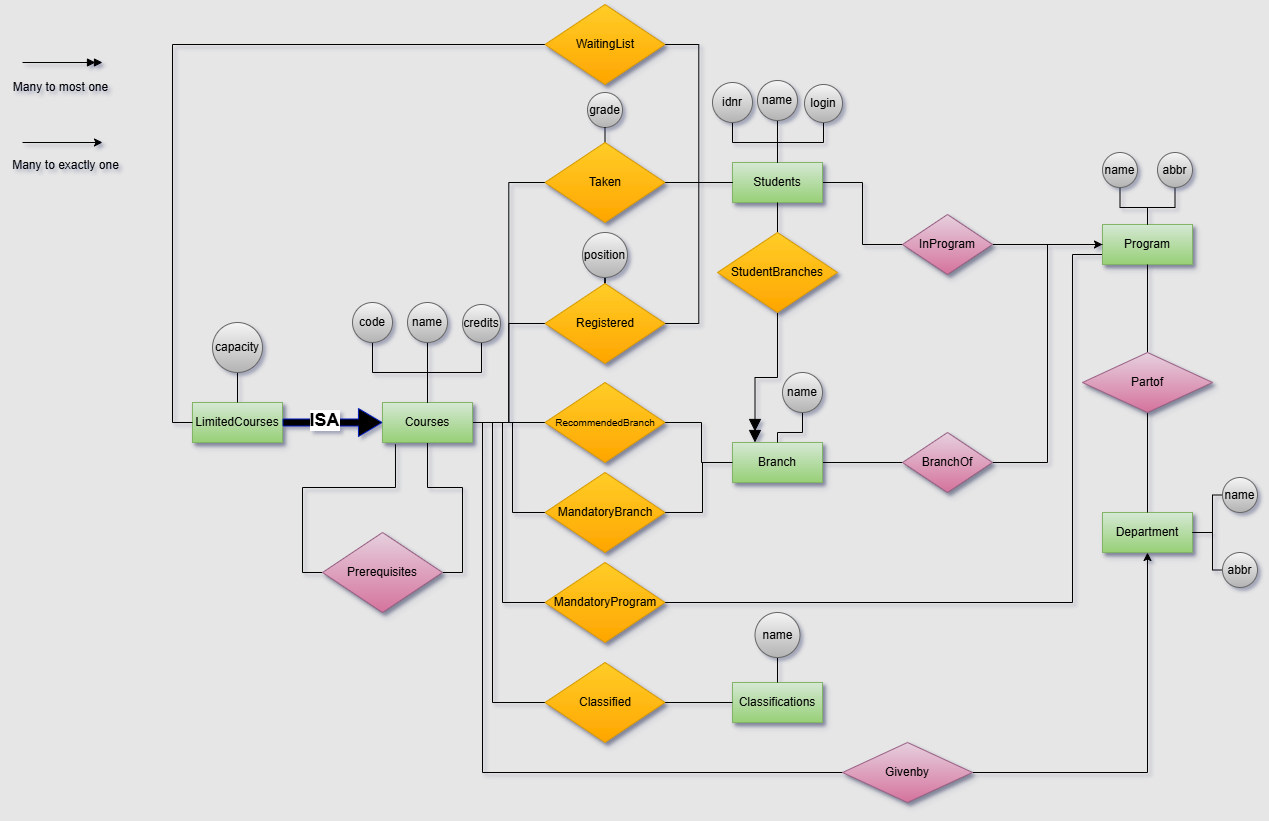
Before: Part2/ER.png, a diagram exported from draw.io (hbarrada/Databases). Source tidied: cells renumbered, new cells last; positions are measured from the earlier drawing's top-left corner, leaving out a move shared by most shapes.
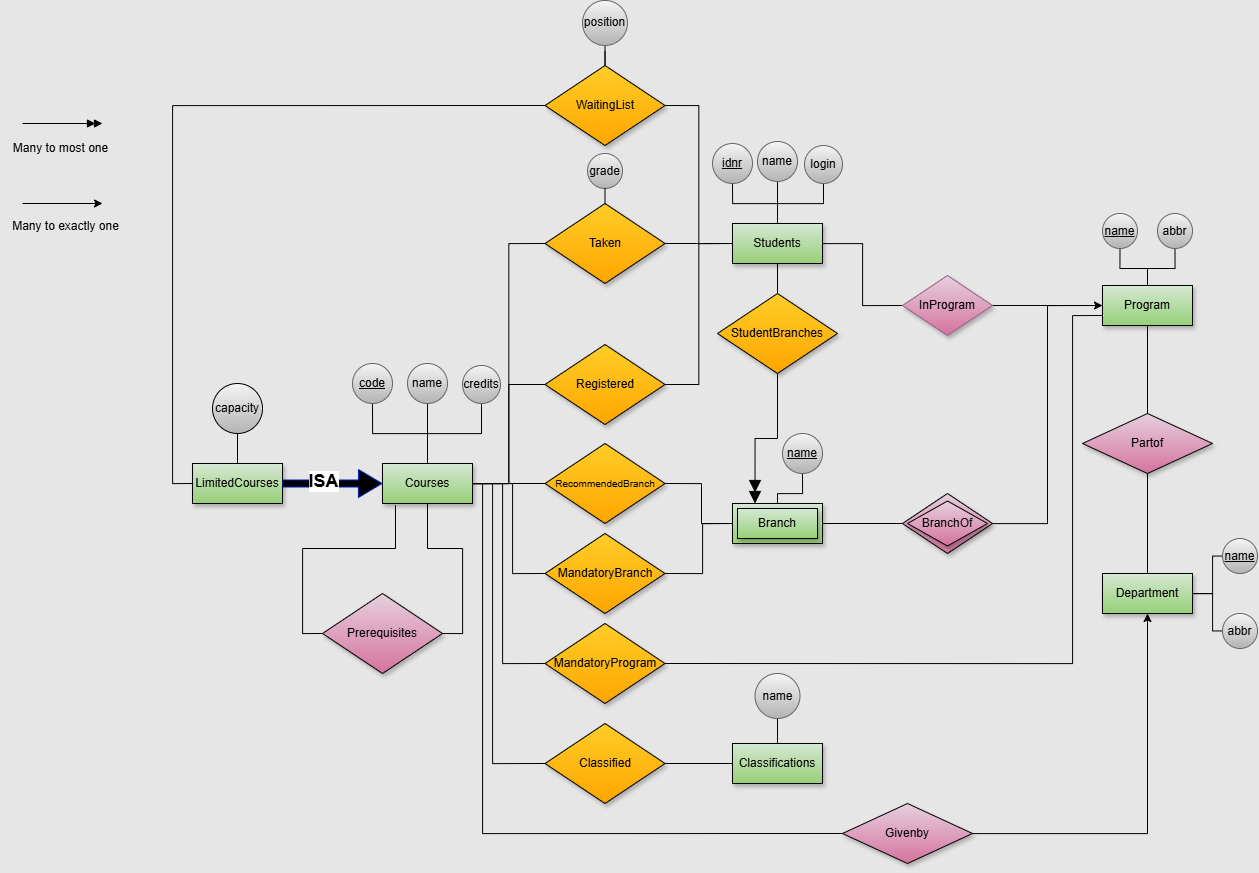
The same file after the commit.

Change to the diagram source:
```diff
@@ -2,7 +2,7 @@
   <root>
     <mxCell id="0" />
     <mxCell id="1" parent="0" />
-    <mxCell id="2" value="LimitedCourses" style="rounded=0;whiteSpace=wrap;html=1;fillColor=#d5e8d4;gradientColor=#97d077;strokeColor=#82b366;shadow=1;" parent="1" vertex="1">
+    <mxCell id="2" value="LimitedCourses" style="rounded=0;whiteSpace=wrap;html=1;fillColor=#d5e8d4;gradientColor=#97d077;strokeColor=#000000;shadow=1;" parent="1" vertex="1">
       <mxGeometry x="192" y="398" width="90" height="40" as="geometry" />
     </mxCell>
     <mxCell id="3" style="edgeStyle=orthogonalEdgeStyle;rounded=0;jettySize=auto;html=1;exitX=1;exitY=0.5;exitDx=0;exitDy=0;entryX=0;entryY=0.5;entryDx=0;entryDy=0;endArrow=none;startFill=0;" parent="1" edge="1" source="11" target="79">
@@ -49,16 +49,16 @@
     <mxCell id="10" style="edgeStyle=orthogonalEdgeStyle;rounded=0;jettySize=auto;html=1;entryX=1;entryY=0.5;entryDx=0;entryDy=0;endArrow=none;startFill=0;" parent="1" edge="1" source="11" target="75">
       <mxGeometry relative="1" as="geometry" />
     </mxCell>
-    <mxCell id="11" value="Courses" style="rounded=0;whiteSpace=wrap;html=1;fillColor=#d5e8d4;gradientColor=#97d077;strokeColor=#82b366;shadow=1;" parent="1" vertex="1">
+    <mxCell id="11" value="Courses" style="rounded=0;whiteSpace=wrap;html=1;fillColor=#d5e8d4;gradientColor=#97d077;strokeColor=#000000;shadow=1;" parent="1" vertex="1">
       <mxGeometry x="382" y="398" width="90" height="40" as="geometry" />
     </mxCell>
     <mxCell id="12" style="edgeStyle=orthogonalEdgeStyle;rounded=0;jettySize=auto;html=1;entryX=0;entryY=0.5;entryDx=0;entryDy=0;endArrow=none;startFill=0;" parent="1" edge="1" source="13" target="37">
       <mxGeometry relative="1" as="geometry" />
     </mxCell>
-    <mxCell id="13" value="Students" style="rounded=0;whiteSpace=wrap;html=1;fillColor=#d5e8d4;gradientColor=#97d077;strokeColor=#82b366;shadow=1;" parent="1" vertex="1">
+    <mxCell id="13" value="Students" style="rounded=0;whiteSpace=wrap;html=1;fillColor=#d5e8d4;gradientColor=#97d077;strokeColor=#000000;shadow=1;" parent="1" vertex="1">
       <mxGeometry x="732" y="158" width="90" height="40" as="geometry" />
     </mxCell>
-    <mxCell id="14" value="Classifications" style="rounded=0;whiteSpace=wrap;html=1;fillColor=#d5e8d4;gradientColor=#97d077;strokeColor=#82b366;shadow=1;" parent="1" vertex="1">
+    <mxCell id="14" value="Classifications" style="rounded=0;whiteSpace=wrap;html=1;fillColor=#d5e8d4;gradientColor=#97d077;strokeColor=#000000;shadow=1;" parent="1" vertex="1">
       <mxGeometry x="732" y="678" width="90" height="40" as="geometry" />
     </mxCell>
     <mxCell id="15" style="edgeStyle=orthogonalEdgeStyle;rounded=0;jettySize=auto;html=1;entryX=0;entryY=0.5;entryDx=0;entryDy=0;endArrow=none;startFill=0;exitX=1;exitY=0.5;exitDx=0;exitDy=0;" parent="1" edge="1" source="80" target="21">
@@ -89,7 +89,7 @@
     <mxCell id="20" style="edgeStyle=orthogonalEdgeStyle;rounded=0;jettySize=auto;html=1;entryX=0;entryY=0.5;entryDx=0;entryDy=0;endArrow=none;startFill=0;" parent="1" edge="1" source="21" target="32">
       <mxGeometry relative="1" as="geometry" />
     </mxCell>
-    <mxCell id="21" value="Branch" style="rounded=0;whiteSpace=wrap;html=1;fillColor=#d5e8d4;gradientColor=#97d077;strokeColor=#82b366;shadow=1;" parent="1" vertex="1">
+    <mxCell id="21" value="Branch" style="rounded=0;whiteSpace=wrap;html=1;fillColor=#d5e8d4;gradientColor=#97d077;strokeColor=#000000;shadow=1;double=1;" parent="1" vertex="1">
       <mxGeometry x="732" y="438" width="90" height="40" as="geometry" />
     </mxCell>
     <mxCell id="22" style="edgeStyle=orthogonalEdgeStyle;rounded=0;jettySize=auto;html=1;entryX=0;entryY=0.5;entryDx=0;entryDy=0;endArrow=none;startFill=0;exitX=0;exitY=0.5;exitDx=0;exitDy=0;" parent="1" edge="1" source="76" target="2">
@@ -112,22 +112,22 @@
         </Array>
       </mxGeometry>
     </mxCell>
-    <mxCell id="27" value="Department" style="rounded=0;whiteSpace=wrap;html=1;fillColor=#d5e8d4;gradientColor=#97d077;strokeColor=#82b366;shadow=1;" parent="1" vertex="1">
+    <mxCell id="27" value="Department" style="rounded=0;whiteSpace=wrap;html=1;fillColor=#d5e8d4;gradientColor=#97d077;strokeColor=#000000;shadow=1;" parent="1" vertex="1">
       <mxGeometry x="1102" y="508" width="90" height="40" as="geometry" />
     </mxCell>
-    <mxCell id="28" value="Program" style="rounded=0;whiteSpace=wrap;html=1;fillColor=#d5e8d4;gradientColor=#97d077;strokeColor=#82b366;shadow=1;" parent="1" vertex="1">
+    <mxCell id="28" value="Program" style="rounded=0;whiteSpace=wrap;html=1;fillColor=#d5e8d4;gradientColor=#97d077;strokeColor=#000000;shadow=1;" parent="1" vertex="1">
       <mxGeometry x="1102" y="220" width="90" height="40" as="geometry" />
     </mxCell>
     <mxCell id="29" style="edgeStyle=orthogonalEdgeStyle;rounded=0;jettySize=auto;html=1;entryX=0.5;entryY=1;entryDx=0;entryDy=0;endArrow=classic;startFill=0;endFill=1;" parent="1" edge="1" source="30" target="27">
       <mxGeometry relative="1" as="geometry" />
     </mxCell>
-    <mxCell id="30" value="Givenby" style="rhombus;whiteSpace=wrap;html=1;fillColor=#e6d0de;gradientColor=#d5739d;strokeColor=#996185;shadow=1;" parent="1" vertex="1">
+    <mxCell id="30" value="Givenby" style="rhombus;whiteSpace=wrap;html=1;fillColor=#e6d0de;gradientColor=#d5739d;strokeColor=#000000;shadow=1;" parent="1" vertex="1">
       <mxGeometry x="842" y="738" width="130" height="60" as="geometry" />
     </mxCell>
     <mxCell id="31" style="edgeStyle=orthogonalEdgeStyle;rounded=0;jettySize=auto;html=1;entryX=0;entryY=0.5;entryDx=0;entryDy=0;endArrow=none;startFill=0;" parent="1" edge="1" source="32" target="28">
       <mxGeometry relative="1" as="geometry" />
     </mxCell>
-    <mxCell id="32" value="BranchOf" style="rhombus;whiteSpace=wrap;html=1;fillColor=#e6d0de;gradientColor=#d5739d;strokeColor=#996185;shadow=1;" parent="1" vertex="1">
+    <mxCell id="32" value="BranchOf" style="rhombus;whiteSpace=wrap;html=1;fillColor=#e6d0de;gradientColor=#d5739d;strokeColor=#000000;shadow=1;" parent="1" vertex="1">
       <mxGeometry x="902" y="428" width="90" height="60" as="geometry" />
     </mxCell>
     <mxCell id="33" style="edgeStyle=orthogonalEdgeStyle;rounded=0;jettySize=auto;html=1;entryX=0.5;entryY=1;entryDx=0;entryDy=0;endArrow=none;startFill=0;" parent="1" edge="1" source="35" target="28">
@@ -136,7 +136,7 @@
     <mxCell id="34" style="edgeStyle=orthogonalEdgeStyle;rounded=0;jettySize=auto;html=1;entryX=0.5;entryY=0;entryDx=0;entryDy=0;endArrow=none;startFill=0;" parent="1" edge="1" source="35" target="27">
       <mxGeometry relative="1" as="geometry" />
     </mxCell>
-    <mxCell id="35" value="Partof" style="rhombus;whiteSpace=wrap;html=1;fillColor=#e6d0de;gradientColor=#d5739d;strokeColor=#996185;shadow=1;" parent="1" vertex="1">
+    <mxCell id="35" value="Partof" style="rhombus;whiteSpace=wrap;html=1;fillColor=#e6d0de;gradientColor=#d5739d;strokeColor=#000000;shadow=1;" parent="1" vertex="1">
       <mxGeometry x="1082" y="348" width="130" height="60" as="geometry" />
     </mxCell>
     <mxCell id="36" style="edgeStyle=orthogonalEdgeStyle;rounded=0;jettySize=auto;html=1;" parent="1" edge="1" source="37" target="28">
@@ -159,7 +159,7 @@
         </Array>
       </mxGeometry>
     </mxCell>
-    <mxCell id="41" value="code" style="ellipse;whiteSpace=wrap;html=1;fillColor=#f5f5f5;gradientColor=#b3b3b3;strokeColor=#666666;" parent="1" vertex="1">
+    <mxCell id="41" value="&lt;u&gt;code&lt;/u&gt;" style="ellipse;whiteSpace=wrap;html=1;fillColor=#f5f5f5;gradientColor=#b3b3b3;strokeColor=#666666;" parent="1" vertex="1">
       <mxGeometry x="352" y="298" width="40" height="40" as="geometry" />
     </mxCell>
     <mxCell id="42" style="edgeStyle=orthogonalEdgeStyle;rounded=0;jettySize=auto;html=1;endArrow=none;startFill=0;" parent="1" edge="1" source="43" target="11">
@@ -177,14 +177,16 @@
     <mxCell id="46" style="edgeStyle=orthogonalEdgeStyle;rounded=0;jettySize=auto;html=1;entryX=0.5;entryY=0;entryDx=0;entryDy=0;endArrow=none;startFill=0;" parent="1" edge="1" source="47" target="2">
       <mxGeometry relative="1" as="geometry" />
     </mxCell>
-    <mxCell id="47" value="capacity" style="ellipse;whiteSpace=wrap;html=1;fillColor=#f5f5f5;gradientColor=#b3b3b3;strokeColor=#666666;" parent="1" vertex="1">
+    <mxCell id="47" value="capacity" style="ellipse;whiteSpace=wrap;html=1;fillColor=#f5f5f5;gradientColor=#b3b3b3;strokeColor=#000000;" parent="1" vertex="1">
       <mxGeometry x="212" y="318" width="50" height="50" as="geometry" />
     </mxCell>
-    <mxCell id="48" style="edgeStyle=orthogonalEdgeStyle;rounded=0;jettySize=auto;html=1;endArrow=none;startFill=0;entryX=0.5;entryY=0;entryDx=0;entryDy=0;" parent="1" edge="1" source="49" target="78">
-      <mxGeometry relative="1" as="geometry" />
+    <mxCell id="48" style="edgeStyle=orthogonalEdgeStyle;rounded=0;jettySize=auto;html=1;endArrow=none;startFill=0;entryX=0.5;entryY=0;entryDx=0;entryDy=0;" parent="1" edge="1" source="49">
+      <mxGeometry relative="1" as="geometry">
+        <mxPoint x="604.5" y="-14" as="targetPoint" />
+      </mxGeometry>
     </mxCell>
     <mxCell id="49" value="position" style="ellipse;whiteSpace=wrap;html=1;fillColor=#f5f5f5;gradientColor=#b3b3b3;strokeColor=#666666;" parent="1" vertex="1">
-      <mxGeometry x="582" y="228" width="45" height="45" as="geometry" />
+      <mxGeometry x="582" y="-65" width="45" height="45" as="geometry" />
     </mxCell>
     <mxCell id="50" value="grade" style="ellipse;whiteSpace=wrap;html=1;fillColor=#f5f5f5;gradientColor=#b3b3b3;strokeColor=#666666;" parent="1" vertex="1">
       <mxGeometry x="587" y="88" width="35" height="35" as="geometry" />
@@ -195,7 +197,7 @@
     <mxCell id="52" style="edgeStyle=orthogonalEdgeStyle;rounded=0;jettySize=auto;html=1;entryX=0.5;entryY=0;entryDx=0;entryDy=0;endArrow=none;startFill=0;" parent="1" edge="1" source="53" target="13">
       <mxGeometry relative="1" as="geometry" />
     </mxCell>
-    <mxCell id="53" value="idnr" style="ellipse;whiteSpace=wrap;html=1;fillColor=#f5f5f5;gradientColor=#b3b3b3;strokeColor=#666666;" parent="1" vertex="1">
+    <mxCell id="53" value="&lt;u&gt;idnr&lt;/u&gt;" style="ellipse;whiteSpace=wrap;html=1;fillColor=#f5f5f5;gradientColor=#b3b3b3;strokeColor=#666666;" parent="1" vertex="1">
       <mxGeometry x="712" y="78" width="40" height="40" as="geometry" />
     </mxCell>
     <mxCell id="54" style="edgeStyle=orthogonalEdgeStyle;rounded=0;jettySize=auto;html=1;endArrow=none;startFill=0;" parent="1" edge="1" source="55" target="13">
@@ -219,7 +221,7 @@
     <mxCell id="60" style="edgeStyle=orthogonalEdgeStyle;rounded=0;jettySize=auto;html=1;endArrow=none;startFill=0;" parent="1" edge="1" source="61" target="21">
       <mxGeometry relative="1" as="geometry" />
     </mxCell>
-    <mxCell id="61" value="name" style="ellipse;whiteSpace=wrap;html=1;fillColor=#f5f5f5;gradientColor=#b3b3b3;strokeColor=#666666;" parent="1" vertex="1">
+    <mxCell id="61" value="&lt;u&gt;name&lt;/u&gt;" style="ellipse;whiteSpace=wrap;html=1;fillColor=#f5f5f5;gradientColor=#b3b3b3;strokeColor=#666666;" parent="1" vertex="1">
       <mxGeometry x="782" y="368" width="40" height="40" as="geometry" />
     </mxCell>
     <mxCell id="62" value="Many to most one" style="text;html=1;align=center;verticalAlign=middle;strokeColor=none;fillColor=none;" parent="1" vertex="1">
@@ -246,7 +248,7 @@
     <mxCell id="67" style="edgeStyle=orthogonalEdgeStyle;rounded=0;jettySize=auto;html=1;endArrow=none;startFill=0;" parent="1" edge="1" source="68" target="28">
       <mxGeometry relative="1" as="geometry" />
     </mxCell>
-    <mxCell id="68" value="name" style="ellipse;whiteSpace=wrap;html=1;fillColor=#f5f5f5;gradientColor=#b3b3b3;strokeColor=#666666;" parent="1" vertex="1">
+    <mxCell id="68" value="&lt;u&gt;name&lt;/u&gt;" style="ellipse;whiteSpace=wrap;html=1;fillColor=#f5f5f5;gradientColor=#b3b3b3;strokeColor=#666666;" parent="1" vertex="1">
       <mxGeometry x="1102" y="148" width="35" height="35" as="geometry" />
     </mxCell>
     <mxCell id="69" style="edgeStyle=orthogonalEdgeStyle;rounded=0;jettySize=auto;html=1;endArrow=none;startFill=0;" parent="1" edge="1" source="70" target="28">
@@ -263,7 +265,7 @@
         </Array>
       </mxGeometry>
     </mxCell>
-    <mxCell id="72" value="name" style="ellipse;whiteSpace=wrap;html=1;fillColor=#f5f5f5;gradientColor=#b3b3b3;strokeColor=#666666;" parent="1" vertex="1">
+    <mxCell id="72" value="&lt;u&gt;name&lt;/u&gt;" style="ellipse;whiteSpace=wrap;html=1;fillColor=#f5f5f5;gradientColor=#b3b3b3;strokeColor=#666666;" parent="1" vertex="1">
       <mxGeometry x="1222" y="473" width="35" height="35" as="geometry" />
     </mxCell>
     <mxCell id="73" style="edgeStyle=orthogonalEdgeStyle;rounded=0;jettySize=auto;html=1;endArrow=none;startFill=0;" parent="1" edge="1" source="74" target="27">
@@ -277,32 +279,38 @@
     <mxCell id="74" value="abbr" style="ellipse;whiteSpace=wrap;html=1;fillColor=#f5f5f5;gradientColor=#b3b3b3;strokeColor=#666666;" parent="1" vertex="1">
       <mxGeometry x="1222" y="548" width="35" height="35" as="geometry" />
     </mxCell>
-    <mxCell id="75" value="Prerequisites" style="rhombus;whiteSpace=wrap;html=1;fillColor=#e6d0de;gradientColor=#d5739d;strokeColor=#996185;shadow=1;" parent="1" vertex="1">
+    <mxCell id="75" value="Prerequisites" style="rhombus;whiteSpace=wrap;html=1;fillColor=#e6d0de;gradientColor=#d5739d;strokeColor=#000000;shadow=1;" parent="1" vertex="1">
       <mxGeometry x="322" y="528" width="120" height="80" as="geometry" />
     </mxCell>
-    <mxCell id="76" value="WaitingList" style="rhombus;whiteSpace=wrap;html=1;fillColor=#ffcd28;gradientColor=#ffa500;strokeColor=#d79b00;shadow=1;" parent="1" vertex="1">
+    <mxCell id="76" value="WaitingList" style="rhombus;whiteSpace=wrap;html=1;fillColor=#ffcd28;gradientColor=#ffa500;strokeColor=#000000;shadow=1;" parent="1" vertex="1">
       <mxGeometry x="544.5" width="120" height="80" as="geometry" />
     </mxCell>
-    <mxCell id="77" value="Taken" style="rhombus;whiteSpace=wrap;html=1;fillColor=#ffcd28;gradientColor=#ffa500;strokeColor=#d79b00;shadow=1;" parent="1" vertex="1">
+    <mxCell id="77" value="Taken" style="rhombus;whiteSpace=wrap;html=1;fillColor=#ffcd28;gradientColor=#ffa500;strokeColor=#000000;shadow=1;" parent="1" vertex="1">
       <mxGeometry x="544.5" y="138" width="120" height="80" as="geometry" />
     </mxCell>
-    <mxCell id="78" value="Registered" style="rhombus;whiteSpace=wrap;html=1;fillColor=#ffcd28;gradientColor=#ffa500;strokeColor=#d79b00;shadow=1;" parent="1" vertex="1">
+    <mxCell id="78" value="Registered" style="rhombus;whiteSpace=wrap;html=1;fillColor=#ffcd28;gradientColor=#ffa500;strokeColor=#000000;shadow=1;" parent="1" vertex="1">
       <mxGeometry x="544.5" y="279" width="120" height="80" as="geometry" />
     </mxCell>
-    <mxCell id="79" value="&lt;font style=&quot;font-size: 10px;&quot;&gt;RecommendedBranch&lt;/font&gt;" style="rhombus;whiteSpace=wrap;html=1;fillColor=#ffcd28;gradientColor=#ffa500;strokeColor=#d79b00;shadow=1;" parent="1" vertex="1">
+    <mxCell id="79" value="&lt;font style=&quot;font-size: 10px;&quot;&gt;RecommendedBranch&lt;/font&gt;" style="rhombus;whiteSpace=wrap;html=1;fillColor=#ffcd28;gradientColor=#ffa500;strokeColor=#000000;shadow=1;" parent="1" vertex="1">
       <mxGeometry x="544.5" y="378" width="120" height="80" as="geometry" />
     </mxCell>
-    <mxCell id="80" value="MandatoryBranch" style="rhombus;whiteSpace=wrap;html=1;fillColor=#ffcd28;gradientColor=#ffa500;strokeColor=#d79b00;shadow=1;" parent="1" vertex="1">
+    <mxCell id="80" value="MandatoryBranch" style="rhombus;whiteSpace=wrap;html=1;fillColor=#ffcd28;gradientColor=#ffa500;strokeColor=#000000;shadow=1;" parent="1" vertex="1">
       <mxGeometry x="544.5" y="468" width="120" height="80" as="geometry" />
     </mxCell>
-    <mxCell id="81" value="MandatoryProgram" style="rhombus;whiteSpace=wrap;html=1;fillColor=#ffcd28;gradientColor=#ffa500;strokeColor=#d79b00;shadow=1;" parent="1" vertex="1">
+    <mxCell id="81" value="MandatoryProgram" style="rhombus;whiteSpace=wrap;html=1;fillColor=#ffcd28;gradientColor=#ffa500;strokeColor=#000000;shadow=1;" parent="1" vertex="1">
       <mxGeometry x="544.5" y="558" width="120" height="80" as="geometry" />
     </mxCell>
-    <mxCell id="82" value="Classified" style="rhombus;whiteSpace=wrap;html=1;fillColor=#ffcd28;gradientColor=#ffa500;strokeColor=#d79b00;shadow=1;" parent="1" vertex="1">
+    <mxCell id="82" value="Classified" style="rhombus;whiteSpace=wrap;html=1;fillColor=#ffcd28;gradientColor=#ffa500;strokeColor=#000000;shadow=1;" parent="1" vertex="1">
       <mxGeometry x="544.5" y="658" width="120" height="80" as="geometry" />
     </mxCell>
-    <mxCell id="83" value="StudentBranches" style="rhombus;whiteSpace=wrap;html=1;fillColor=#ffcd28;gradientColor=#ffa500;strokeColor=#d79b00;shadow=1;" parent="1" vertex="1">
+    <mxCell id="83" value="StudentBranches" style="rhombus;whiteSpace=wrap;html=1;fillColor=#ffcd28;gradientColor=#ffa500;strokeColor=#000000;shadow=1;" parent="1" vertex="1">
       <mxGeometry x="717" y="228" width="120" height="80" as="geometry" />
     </mxCell>
+    <mxCell id="84" value="&lt;font style=&quot;color: rgb(0, 0, 0);&quot;&gt;BranchOf&lt;/font&gt;" style="rhombus;whiteSpace=wrap;html=1;fillColor=#e6d0de;gradientColor=#d5739d;strokeColor=light-dark(#000000,#B181A0);shadow=1;" parent="1" vertex="1">
+      <mxGeometry x="907" y="435.5" width="80" height="45" as="geometry" />
+    </mxCell>
+    <mxCell id="85" value="Branch" style="rounded=0;whiteSpace=wrap;html=1;fillColor=#d5e8d4;gradientColor=#97d077;strokeColor=#000000;shadow=1;double=1;glass=0;perimeterSpacing=1;" parent="1" vertex="1">
+      <mxGeometry x="737" y="443" width="80" height="30" as="geometry" />
+    </mxCell>
   </root>
 </mxGraphModel>
```
